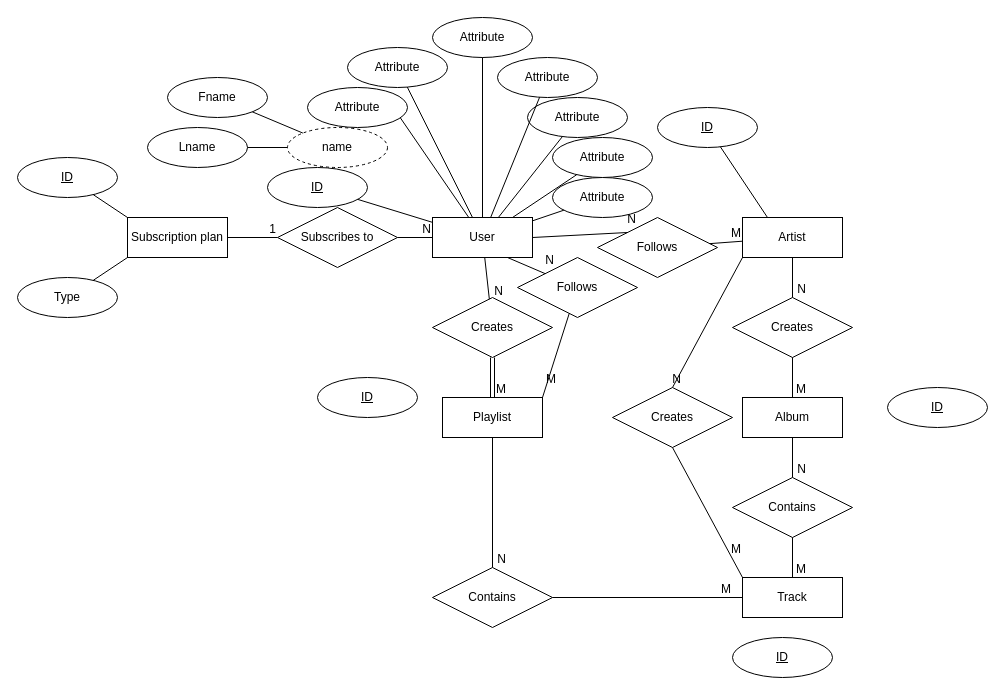
Before: assingment1.drawio in M0rre/diagrams.net-charts, a draw.io diagram. Source tidied: cells renumbered, new cells numbered last; positions are measured from the earlier drawing's top-left corner, leaving out a move shared by most shapes. Both pictures are drawn from the tidied source at 100%, with x=0, y=0 at pixel (17, 17).
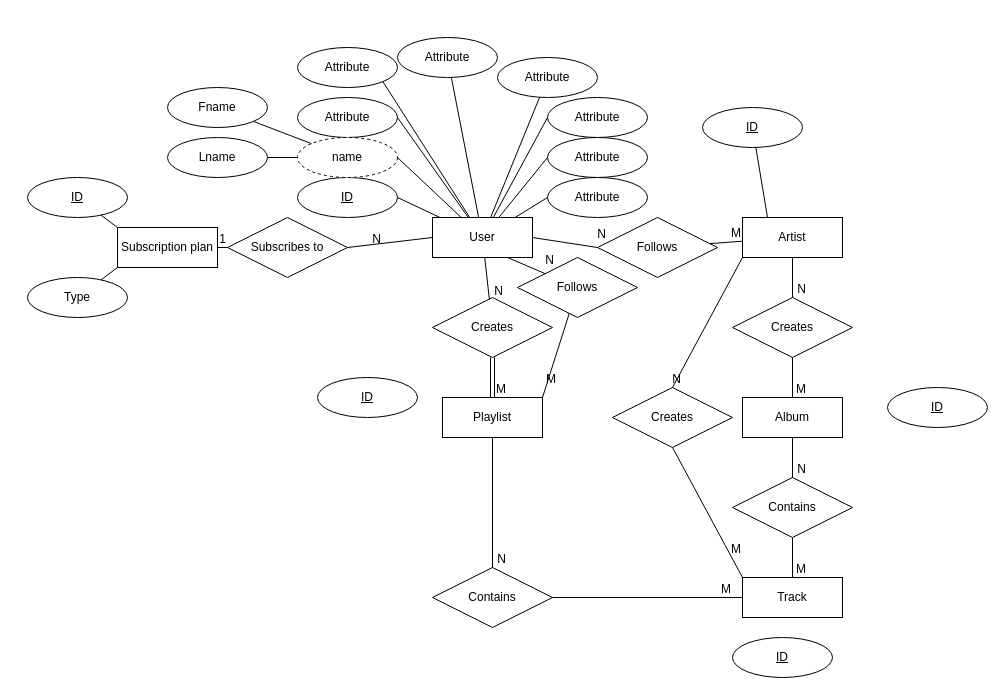
After the change.

The change refers to these unchanged cells:
```xml
<mxCell id="2" value="User" style="whiteSpace=wrap;html=1;align=center;" parent="1" vertex="1">
  <mxGeometry x="415" y="200" width="100" height="40" as="geometry" />
</mxCell>
<mxCell id="10" value="Follows" style="shape=rhombus;perimeter=rhombusPerimeter;whiteSpace=wrap;html=1;align=center;" parent="1" vertex="1">
  <mxGeometry x="580" y="200" width="120" height="60" as="geometry" />
</mxCell>
```

What changed in the source:
```diff
@@
     <mxCell id="3" value="Subscription plan" style="whiteSpace=wrap;html=1;align=center;" parent="1" vertex="1">
-      <mxGeometry x="110" y="200" width="100" height="40" as="geometry" />
+      <mxGeometry x="100" y="210" width="100" height="40" as="geometry" />
     </mxCell>
@@
     <mxCell id="13" value="Subscribes to" style="shape=rhombus;perimeter=rhombusPerimeter;whiteSpace=wrap;html=1;align=center;" parent="1" vertex="1">
-      <mxGeometry x="260" y="190" width="120" height="60" as="geometry" />
+      <mxGeometry x="210" y="200" width="120" height="60" as="geometry" />
     </mxCell>
@@
-    <mxCell id="18" style="endArrow=none;html=1;rounded=0;exitX=1;exitY=0.5;exitDx=0;exitDy=0;entryX=0;entryY=0;entryDx=0;entryDy=0;" parent="1" edge="1" source="2" target="10">
+    <mxCell id="18" style="endArrow=none;html=1;rounded=0;exitX=1;exitY=0.5;exitDx=0;exitDy=0;entryX=0;entryY=0.5;entryDx=0;entryDy=0;" parent="1" edge="1" source="2" target="10">
       <mxGeometry relative="1" as="geometry" />
     </mxCell>
@@
     <mxCell id="49" value="ID" style="ellipse;whiteSpace=wrap;html=1;align=center;fontStyle=4;" parent="1" vertex="1">
-      <mxGeometry x="640" y="90" width="100" height="40" as="geometry" />
+      <mxGeometry x="685" y="90" width="100" height="40" as="geometry" />
     </mxCell>
@@
     <mxCell id="51" value="ID" style="ellipse;whiteSpace=wrap;html=1;align=center;fontStyle=4;" parent="1" vertex="1">
-      <mxGeometry x="250" y="150" width="100" height="40" as="geometry" />
+      <mxGeometry x="280" y="160" width="100" height="40" as="geometry" />
     </mxCell>
     <mxCell id="52" value="ID" style="ellipse;whiteSpace=wrap;html=1;align=center;fontStyle=4;" parent="1" vertex="1">
-      <mxGeometry y="140" width="100" height="40" as="geometry" />
+      <mxGeometry x="10" y="160" width="100" height="40" as="geometry" />
     </mxCell>
@@
     <mxCell id="54" value="Type" style="ellipse;whiteSpace=wrap;html=1;align=center;" parent="1" vertex="1">
-      <mxGeometry y="260" width="100" height="40" as="geometry" />
+      <mxGeometry x="10" y="260" width="100" height="40" as="geometry" />
     </mxCell>
@@
-    <mxCell id="57" style="endArrow=none;html=1;rounded=0;" parent="1" edge="1" source="51" target="2">
+    <mxCell id="57" style="endArrow=none;html=1;rounded=0;exitX=1;exitY=0.5;exitDx=0;exitDy=0;" parent="1" edge="1" source="51" target="2">
       <mxGeometry relative="1" as="geometry" />
     </mxCell>
@@
     <mxCell id="59" value="Attribute" style="ellipse;whiteSpace=wrap;html=1;align=center;" parent="1" vertex="1">
-      <mxGeometry x="290" y="70" width="100" height="40" as="geometry" />
+      <mxGeometry x="280" y="80" width="100" height="40" as="geometry" />
     </mxCell>
     <mxCell id="60" value="Attribute" style="ellipse;whiteSpace=wrap;html=1;align=center;" parent="1" vertex="1">
-      <mxGeometry x="330" y="30" width="100" height="40" as="geometry" />
+      <mxGeometry x="280" y="30" width="100" height="40" as="geometry" />
     </mxCell>
     <mxCell id="61" value="Attribute" style="ellipse;whiteSpace=wrap;html=1;align=center;" parent="1" vertex="1">
-      <mxGeometry x="415" width="100" height="40" as="geometry" />
+      <mxGeometry x="380" y="20" width="100" height="40" as="geometry" />
     </mxCell>
@@
     <mxCell id="63" value="Attribute" style="ellipse;whiteSpace=wrap;html=1;align=center;" parent="1" vertex="1">
-      <mxGeometry x="535" y="160" width="100" height="40" as="geometry" />
+      <mxGeometry x="530" y="160" width="100" height="40" as="geometry" />
     </mxCell>
     <mxCell id="64" value="Attribute" style="ellipse;whiteSpace=wrap;html=1;align=center;" parent="1" vertex="1">
-      <mxGeometry x="535" y="120" width="100" height="40" as="geometry" />
+      <mxGeometry x="530" y="120" width="100" height="40" as="geometry" />
     </mxCell>
     <mxCell id="65" value="Attribute" style="ellipse;whiteSpace=wrap;html=1;align=center;" parent="1" vertex="1">
-      <mxGeometry x="510" y="80" width="100" height="40" as="geometry" />
+      <mxGeometry x="530" y="80" width="100" height="40" as="geometry" />
     </mxCell>
     <mxCell id="66" value="name" style="ellipse;whiteSpace=wrap;html=1;align=center;dashed=1;" parent="1" vertex="1">
-      <mxGeometry x="270" y="110" width="100" height="40" as="geometry" />
+      <mxGeometry x="280" y="120" width="100" height="40" as="geometry" />
     </mxCell>
     <mxCell id="67" value="Fname" style="ellipse;whiteSpace=wrap;html=1;align=center;" parent="1" vertex="1">
-      <mxGeometry x="150" y="60" width="100" height="40" as="geometry" />
+      <mxGeometry x="150" y="70" width="100" height="40" as="geometry" />
     </mxCell>
     <mxCell id="68" value="Lname" style="ellipse;whiteSpace=wrap;html=1;align=center;" parent="1" vertex="1">
-      <mxGeometry x="130" y="110" width="100" height="40" as="geometry" />
+      <mxGeometry x="150" y="120" width="100" height="40" as="geometry" />
     </mxCell>
@@
-    <mxCell id="71" style="endArrow=none;html=1;rounded=0;exitX=0.929;exitY=0.76;exitDx=0;exitDy=0;exitPerimeter=0;" parent="1" edge="1" source="59" target="2">
+    <mxCell id="71" style="endArrow=none;html=1;rounded=0;exitX=1;exitY=0.5;exitDx=0;exitDy=0;" parent="1" edge="1" source="59" target="2">
       <mxGeometry relative="1" as="geometry" />
     </mxCell>
-    <mxCell id="72" style="endArrow=none;html=1;rounded=0;" parent="1" edge="1" source="60" target="2">
+    <mxCell id="72" style="endArrow=none;html=1;rounded=0;exitX=1;exitY=1;exitDx=0;exitDy=0;" parent="1" edge="1" source="60" target="2">
       <mxGeometry relative="1" as="geometry" />
     </mxCell>
@@
-    <mxCell id="75" style="endArrow=none;html=1;rounded=0;" parent="1" edge="1" source="65" target="2">
+    <mxCell id="75" style="endArrow=none;html=1;rounded=0;exitX=0;exitY=0.5;exitDx=0;exitDy=0;" parent="1" edge="1" source="65" target="2">
       <mxGeometry relative="1" as="geometry" />
     </mxCell>
-    <mxCell id="76" style="endArrow=none;html=1;rounded=0;" parent="1" edge="1" source="64" target="2">
+    <mxCell id="76" style="endArrow=none;html=1;rounded=0;exitX=0;exitY=0.5;exitDx=0;exitDy=0;" parent="1" edge="1" source="64" target="2">
       <mxGeometry relative="1" as="geometry" />
     </mxCell>
-    <mxCell id="77" style="endArrow=none;html=1;rounded=0;" parent="1" edge="1" source="63" target="2">
+    <mxCell id="77" style="endArrow=none;html=1;rounded=0;exitX=0;exitY=0.5;exitDx=0;exitDy=0;" parent="1" edge="1" source="63" target="2">
       <mxGeometry relative="1" as="geometry" />
     </mxCell>
+    <mxCell id="78" style="endArrow=none;html=1;rounded=0;exitX=1;exitY=0.5;exitDx=0;exitDy=0;" parent="1" edge="1" source="66" target="2">
+      <mxGeometry relative="1" as="geometry" />
+    </mxCell>
```
